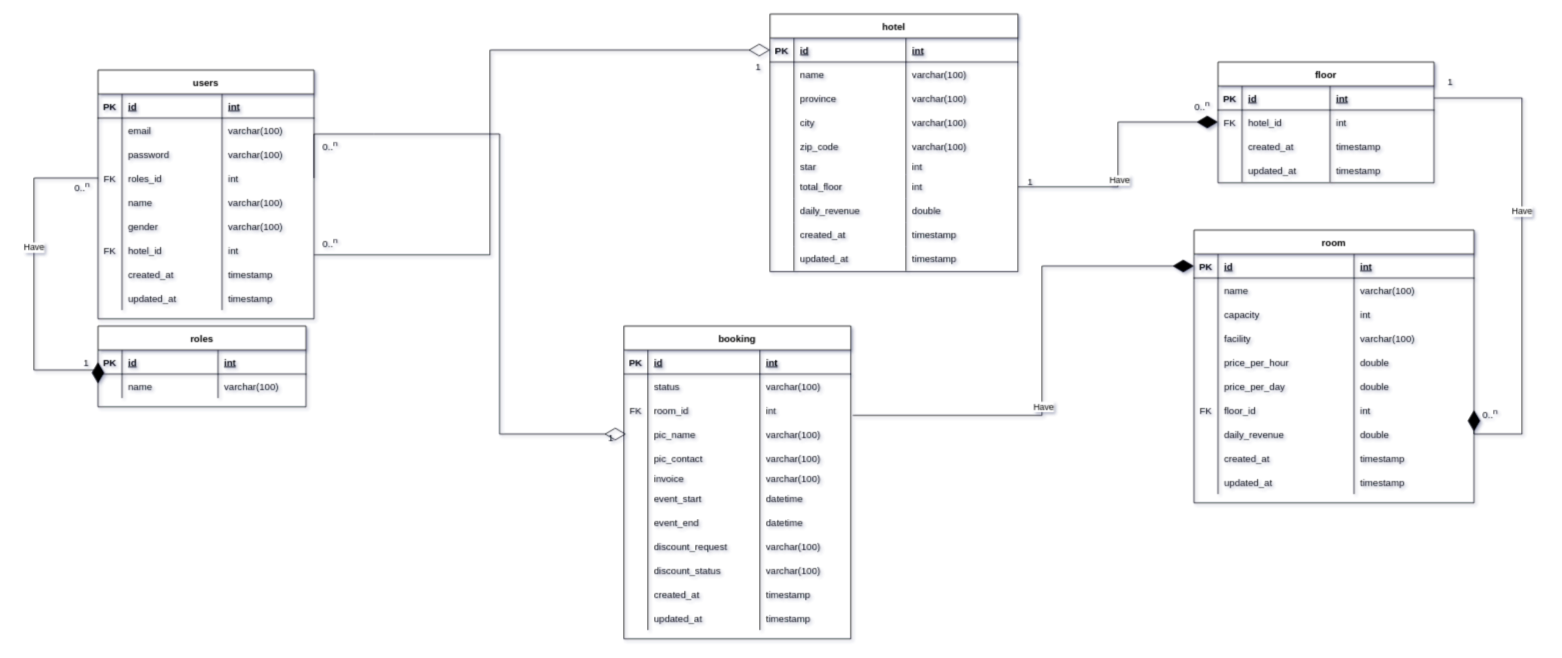
The draw.io diagram page "NEW ERD Master" (4 of 5) of entity_relationship_diagram/Booking_hotel.drawio in ariejanuarb/hotel_booking, before the edit. Source tidied: cells renumbered, new cells numbered last; positions are measured from the earlier drawing's top-left corner, leaving out a move shared by most shapes. Both pictures are drawn from the tidied source at 80%, with x=0, y=0 at pixel (34, 14).
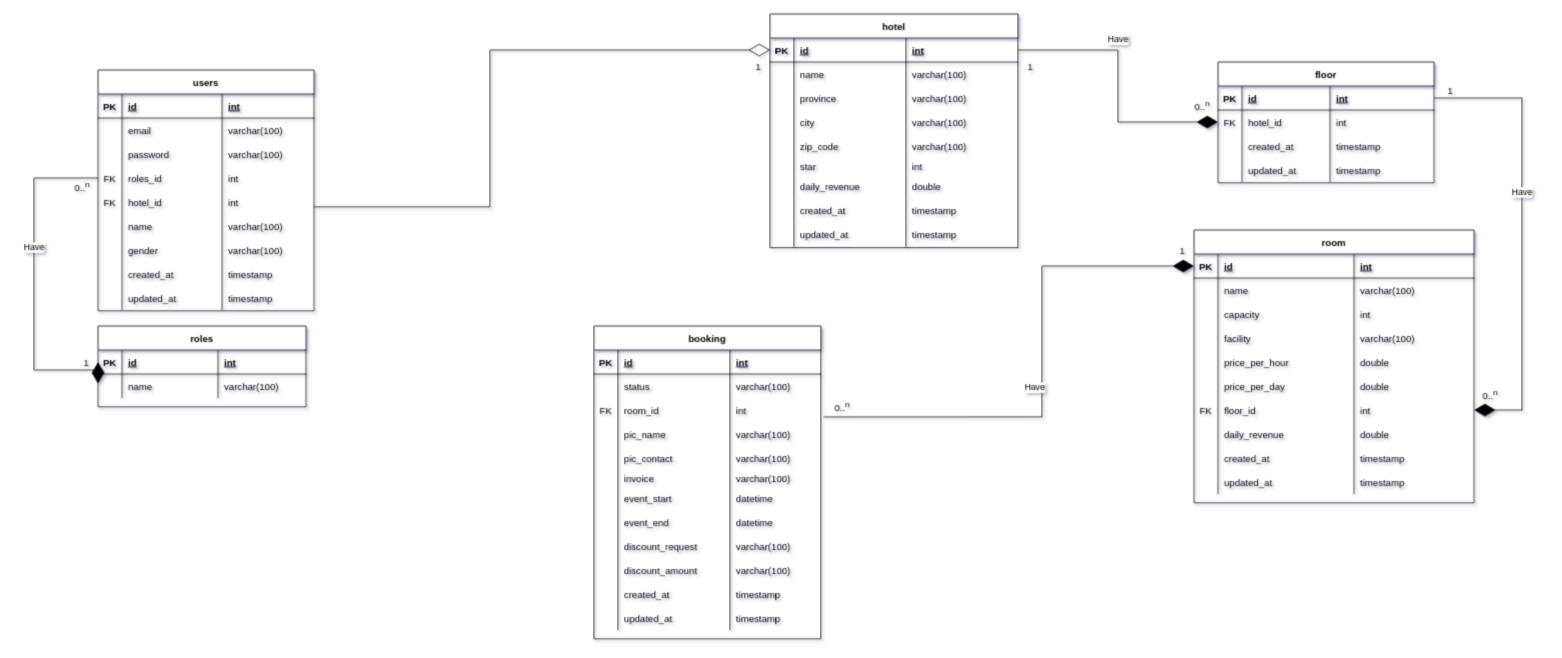
After the change.

The change refers to these unchanged cells:
```xml
<mxCell id="24" style="shape=partialRectangle;fillColor=none;points=[[0,0.5],[1,0.5]];portConstraint=eastwest;top=0;left=0;right=0;bottom=0;" parent="11" vertex="1">
  <mxGeometry y="120" width="270" height="30" as="geometry" />
</mxCell>
<mxCell id="49" style="shape=partialRectangle;fillColor=none;points=[[0,0.5],[1,0.5]];portConstraint=eastwest;top=0;left=0;right=0;bottom=1;" parent="48" vertex="1">
  <mxGeometry y="30" width="270" height="30" as="geometry" />
</mxCell>
<mxCell id="53" style="shape=partialRectangle;fillColor=none;points=[[0,0.5],[1,0.5]];portConstraint=eastwest;top=0;left=0;right=0;bottom=0;" parent="48" vertex="1">
  <mxGeometry y="60" width="270" height="30" as="geometry" />
</mxCell>
<mxCell id="66" style="shape=partialRectangle;fillColor=none;points=[[0,0.5],[1,0.5]];portConstraint=eastwest;top=0;left=0;right=0;bottom=1;" parent="65" vertex="1">
  <mxGeometry y="30" width="350" height="30" as="geometry" />
</mxCell>
<mxCell id="90" style="shape=partialRectangle;fillColor=none;points=[[0,0.5],[1,0.5]];portConstraint=eastwest;top=0;left=0;right=0;bottom=0;" parent="65" vertex="1">
  <mxGeometry y="210" width="350" height="30" as="geometry" />
</mxCell>
<mxCell id="107" style="shape=partialRectangle;fillColor=none;points=[[0,0.5],[1,0.5]];portConstraint=eastwest;top=0;left=0;right=0;bottom=1;" parent="106" vertex="1">
  <mxGeometry y="30" width="310" height="30" as="geometry" />
</mxCell>
<mxCell id="169" style="shape=partialRectangle;fillColor=none;points=[[0,0.5],[1,0.5]];portConstraint=eastwest;top=0;left=0;right=0;bottom=0;" parent="160" vertex="1">
  <mxGeometry y="90" width="283.6" height="30" as="geometry" />
</mxCell>
<mxCell id="197" style="shape=partialRectangle;fillColor=none;top=0;left=0;right=0;bottom=0;" parent="160" vertex="1">
  <mxGeometry y="290" width="283.6" height="30" as="geometry" />
</mxCell>
```

The edit, as a diff of the source:
```diff
@@
     <mxCell id="11" value="users" style="shape=table;startSize=30;childLayout=tableLayout;rowLines=0;fontStyle=1;align=center;" parent="1" vertex="1">
-      <mxGeometry x="80" y="70" width="270" height="311" as="geometry" />
+      <mxGeometry x="80" y="70" width="270" height="301" as="geometry" />
     </mxCell>
@@
+    <mxCell id="36" style="shape=partialRectangle;fillColor=none;top=0;left=0;right=0;bottom=0;" parent="11" vertex="1">
+      <mxGeometry y="150" width="270" height="30" as="geometry" />
+    </mxCell>
+    <mxCell id="37" value="FK" style="shape=partialRectangle;overflow=hidden;fillColor=none;top=0;left=0;bottom=0;right=0;" parent="36" vertex="1">
+      <mxGeometry width="30" height="30" as="geometry" />
+    </mxCell>
+    <mxCell id="38" value="hotel_id" style="shape=partialRectangle;overflow=hidden;fillColor=none;top=0;left=0;bottom=0;right=0;align=left;spacingLeft=6;" parent="36" vertex="1">
+      <mxGeometry x="30" width="125" height="30" as="geometry" />
+    </mxCell>
+    <mxCell id="39" value="int" style="shape=partialRectangle;overflow=hidden;fillColor=none;top=0;left=0;bottom=0;right=0;align=left;spacingLeft=6;" parent="36" vertex="1">
+      <mxGeometry x="155" width="115" height="30" as="geometry" />
+    </mxCell>
     <mxCell id="28" style="shape=partialRectangle;fillColor=none;top=0;left=0;right=0;bottom=0;" parent="11" vertex="1">
-      <mxGeometry y="150" width="270" height="30" as="geometry" />
+      <mxGeometry y="180" width="270" height="30" as="geometry" />
     </mxCell>
@@
     <mxCell id="32" style="shape=partialRectangle;fillColor=none;top=0;left=0;right=0;bottom=0;" parent="11" vertex="1">
-      <mxGeometry y="180" width="270" height="30" as="geometry" />
+      <mxGeometry y="210" width="270" height="30" as="geometry" />
     </mxCell>
@@
-    <mxCell id="36" style="shape=partialRectangle;fillColor=none;top=0;left=0;right=0;bottom=0;" parent="11" vertex="1">
-      <mxGeometry y="210" width="270" height="30" as="geometry" />
-    </mxCell>
-    <mxCell id="37" value="FK" style="shape=partialRectangle;overflow=hidden;fillColor=none;top=0;left=0;bottom=0;right=0;" parent="36" vertex="1">
-      <mxGeometry width="30" height="30" as="geometry" />
-    </mxCell>
-    <mxCell id="38" value="hotel_id" style="shape=partialRectangle;overflow=hidden;fillColor=none;top=0;left=0;bottom=0;right=0;align=left;spacingLeft=6;" parent="36" vertex="1">
-      <mxGeometry x="30" width="125" height="30" as="geometry" />
-    </mxCell>
-    <mxCell id="39" value="int" style="shape=partialRectangle;overflow=hidden;fillColor=none;top=0;left=0;bottom=0;right=0;align=left;spacingLeft=6;" parent="36" vertex="1">
-      <mxGeometry x="155" width="115" height="30" as="geometry" />
-    </mxCell>
@@
     <mxCell id="106" value="hotel" style="shape=table;startSize=30;childLayout=tableLayout;rowLines=0;fontStyle=1;align=center;" parent="1" vertex="1">
-      <mxGeometry x="920" width="310" height="322" as="geometry" />
+      <mxGeometry x="920" width="310" height="292" as="geometry" />
     </mxCell>
@@
-    <mxCell id="131" style="shape=partialRectangle;fillColor=none;points=[[0,0.5],[1,0.5]];portConstraint=eastwest;top=0;left=0;right=0;bottom=0;" parent="106" vertex="1">
-      <mxGeometry y="201" width="310" height="30" as="geometry" />
-    </mxCell>
-    <mxCell id="132" style="shape=partialRectangle;overflow=hidden;fillColor=none;top=0;left=0;bottom=0;right=0;" parent="131" vertex="1">
-      <mxGeometry width="30" height="30" as="geometry" />
-    </mxCell>
-    <mxCell id="133" value="total_floor" style="shape=partialRectangle;overflow=hidden;fillColor=none;top=0;left=0;bottom=0;right=0;align=left;spacingLeft=6;" parent="131" vertex="1">
-      <mxGeometry x="30" width="140" height="30" as="geometry" />
-    </mxCell>
-    <mxCell id="134" value="int" style="shape=partialRectangle;overflow=hidden;fillColor=none;top=0;left=0;bottom=0;right=0;align=left;spacingLeft=6;" parent="131" vertex="1">
-      <mxGeometry x="170" width="140" height="30" as="geometry" />
-    </mxCell>
     <mxCell id="135" style="shape=partialRectangle;fillColor=none;top=0;left=0;right=0;bottom=0;" parent="106" vertex="1">
-      <mxGeometry y="231" width="310" height="30" as="geometry" />
+      <mxGeometry y="201" width="310" height="30" as="geometry" />
     </mxCell>
@@
     <mxCell id="139" style="shape=partialRectangle;fillColor=none;top=0;left=0;right=0;bottom=0;" parent="106" vertex="1">
-      <mxGeometry y="261" width="310" height="30" as="geometry" />
+      <mxGeometry y="231" width="310" height="30" as="geometry" />
     </mxCell>
@@
     <mxCell id="143" style="shape=partialRectangle;fillColor=none;top=0;left=0;right=0;bottom=0;" parent="106" vertex="1">
-      <mxGeometry y="291" width="310" height="30" as="geometry" />
+      <mxGeometry y="261" width="310" height="30" as="geometry" />
     </mxCell>
@@
     <mxCell id="147" style="endArrow=diamondThin;endFill=0;endSize=24;html=1;rounded=0;entryX=0;entryY=0.5;entryDx=0;entryDy=0;edgeStyle=orthogonalEdgeStyle;" parent="1" edge="1" target="107">
       <mxGeometry relative="1" as="geometry">
-        <mxPoint x="350" y="301" as="sourcePoint" />
+        <mxPoint x="350" y="241" as="sourcePoint" />
         <Array as="points">
-          <mxPoint x="350" y="301" />
-          <mxPoint x="570" y="301" />
+          <mxPoint x="350" y="241" />
+          <mxPoint x="570" y="241" />
           <mxPoint x="570" y="45" />
         </Array>
       </mxGeometry>
     </mxCell>
@@
-    <mxCell id="150" style="endArrow=diamondThin;endFill=1;endSize=24;html=1;rounded=0;exitX=1;exitY=0.5;exitDx=0;exitDy=0;entryX=0;entryY=0.5;entryDx=0;entryDy=0;edgeStyle=orthogonalEdgeStyle;" parent="1" edge="1" source="131" target="53">
+    <mxCell id="150" style="endArrow=diamondThin;endFill=1;endSize=24;html=1;rounded=0;exitX=1;exitY=0.5;exitDx=0;exitDy=0;entryX=0;entryY=0.5;entryDx=0;entryDy=0;edgeStyle=orthogonalEdgeStyle;" parent="1" edge="1" source="107" target="53">
       <mxGeometry relative="1" as="geometry" />
     </mxCell>
     <mxCell id="151" value="Have" style="edgeLabel;html=1;align=center;verticalAlign=middle;" parent="150" vertex="1">
-      <mxGeometry x="-0.19" y="-1" relative="1" as="geometry" />
+      <mxGeometry x="-0.19" y="-1" relative="1" as="geometry">
+        <mxPoint y="-27" as="offset" />
+      </mxGeometry>
     </mxCell>
     <mxCell id="152" value="1" style="text;html=1;align=center;verticalAlign=middle;strokeColor=none;fillColor=none;" parent="1" vertex="1">
-      <mxGeometry x="1230" y="195" width="30" height="30" as="geometry" />
+      <mxGeometry x="1230" y="51" width="30" height="30" as="geometry" />
     </mxCell>
@@
     <mxCell id="154" style="endArrow=diamondThin;endFill=1;endSize=24;html=1;rounded=0;edgeStyle=orthogonalEdgeStyle;entryX=1;entryY=0.5;entryDx=0;entryDy=0;exitX=1;exitY=0.5;exitDx=0;exitDy=0;" parent="1" edge="1" source="49" target="90">
       <mxGeometry relative="1" as="geometry">
         <Array as="points">
           <mxPoint x="1860" y="105" />
-          <mxPoint x="1860" y="525" />
+          <mxPoint x="1860" y="495" />
         </Array>
       </mxGeometry>
     </mxCell>
@@
     <mxCell id="156" value="1" style="text;html=1;align=center;verticalAlign=middle;strokeColor=none;fillColor=none;" parent="1" vertex="1">
-      <mxGeometry x="1755" y="70" width="30" height="30" as="geometry" />
+      <mxGeometry x="1755" y="81" width="30" height="30" as="geometry" />
     </mxCell>
     <mxCell id="157" value="0..&lt;sup&gt;n&lt;/sup&gt;" style="text;html=1;align=center;verticalAlign=middle;strokeColor=none;fillColor=none;" parent="1" vertex="1">
-      <mxGeometry x="1800" y="485" width="40" height="30" as="geometry" />
+      <mxGeometry x="1800" y="461" width="40" height="30" as="geometry" />
     </mxCell>
-    <mxCell id="158" style="endArrow=diamondThin;endFill=1;endSize=24;html=1;rounded=0;edgeStyle=orthogonalEdgeStyle;exitX=0.781;exitY=0.052;exitDx=0;exitDy=0;exitPerimeter=0;entryX=0;entryY=0.5;entryDx=0;entryDy=0;" parent="1" edge="1" target="66">
+    <mxCell id="158" style="endArrow=diamondThin;endFill=1;endSize=24;html=1;rounded=0;edgeStyle=orthogonalEdgeStyle;entryX=0;entryY=0.5;entryDx=0;entryDy=0;exitX=1.012;exitY=0.788;exitDx=0;exitDy=0;exitPerimeter=0;" parent="1" edge="1" source="169" target="66">
       <mxGeometry relative="1" as="geometry">
-        <mxPoint x="1023.4" y="501.6" as="sourcePoint" />
         <Array as="points">
-          <mxPoint x="1260" y="502" />
+          <mxPoint x="1260" y="504" />
           <mxPoint x="1260" y="315" />
         </Array>
       </mxGeometry>
     </mxCell>
     <mxCell id="159" value="Have" style="edgeLabel;html=1;align=center;verticalAlign=middle;" parent="158" vertex="1">
-      <mxGeometry x="-0.19" y="-1" relative="1" as="geometry" />
+      <mxGeometry x="-0.19" y="-1" relative="1" as="geometry">
+        <mxPoint x="-1" y="-38" as="offset" />
+      </mxGeometry>
     </mxCell>
     <mxCell id="160" value="booking" style="shape=table;startSize=30;childLayout=tableLayout;rowLines=0;fontStyle=1;align=center;" parent="1" vertex="1">
-      <mxGeometry x="737.4" y="390" width="283.6" height="391" as="geometry" />
+      <mxGeometry x="700" y="390" width="283.6" height="391" as="geometry" />
     </mxCell>
@@
-    <mxCell id="199" value="discount_status" style="shape=partialRectangle;overflow=hidden;fillColor=none;top=0;left=0;bottom=0;right=0;align=left;spacingLeft=6;" parent="197" vertex="1">
+    <mxCell id="199" value="discount_amount" style="shape=partialRectangle;overflow=hidden;fillColor=none;top=0;left=0;bottom=0;right=0;align=left;spacingLeft=6;" parent="197" vertex="1">
       <mxGeometry x="30" width="140" height="30" as="geometry" />
     </mxCell>
@@
+    <mxCell id="218" value="1" style="text;html=1;align=center;verticalAlign=middle;strokeColor=none;fillColor=none;" parent="1" vertex="1">
+      <mxGeometry x="890" y="51" width="30" height="30" as="geometry" />
+    </mxCell>
     <mxCell id="213" value="1" style="text;html=1;align=center;verticalAlign=middle;strokeColor=none;fillColor=none;" parent="1" vertex="1">
-      <mxGeometry x="706.4" y="515" width="30" height="30" as="geometry" />
+      <mxGeometry x="1420" y="281" width="30" height="30" as="geometry" />
     </mxCell>
-    <mxCell id="214" style="group;" parent="1" vertex="1">
-      <mxGeometry x="350" y="150" width="232" height="436" as="geometry" />
-    </mxCell>
-    <mxCell id="215" style="endArrow=diamondThin;endFill=0;endSize=24;html=1;rounded=0;exitX=1;exitY=0.5;exitDx=0;exitDy=0;entryX=0;entryY=0.5;entryDx=0;entryDy=0;edgeStyle=orthogonalEdgeStyle;" parent="214" edge="1" source="24">
-      <mxGeometry relative="1" as="geometry">
-        <mxPoint x="390" y="375" as="targetPoint" />
-        <Array as="points">
-          <mxPoint x="75" />
-          <mxPoint x="232" />
-          <mxPoint x="232" y="435" />
-        </Array>
-      </mxGeometry>
-    </mxCell>
-    <mxCell id="216" value="0..&lt;sup&gt;n&lt;/sup&gt;" style="text;html=1;align=center;verticalAlign=middle;strokeColor=none;fillColor=none;" parent="214" vertex="1">
-      <mxGeometry width="40" height="30" as="geometry" />
-    </mxCell>
-    <mxCell id="217" value="0..&lt;sup&gt;n&lt;/sup&gt;" style="text;html=1;align=center;verticalAlign=middle;strokeColor=none;fillColor=none;" parent="214" vertex="1">
-      <mxGeometry y="121" width="40" height="30" as="geometry" />
-    </mxCell>
-    <mxCell id="218" value="1" style="text;html=1;align=center;verticalAlign=middle;strokeColor=none;fillColor=none;" parent="1" vertex="1">
-      <mxGeometry x="890" y="51" width="30" height="30" as="geometry" />
-    </mxCell>
+    <mxCell id="219" value="0..&lt;sup&gt;n&lt;/sup&gt;" style="text;html=1;align=center;verticalAlign=middle;strokeColor=none;fillColor=none;" parent="1" vertex="1">
+      <mxGeometry x="990" y="476" width="40" height="30" as="geometry" />
+    </mxCell>
```
